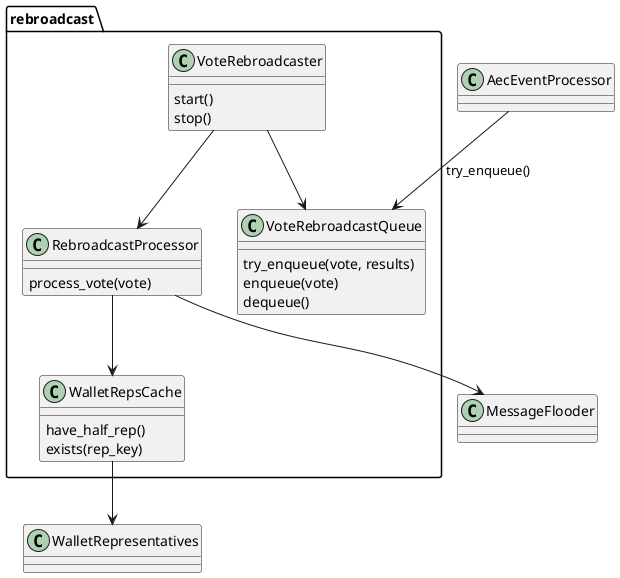
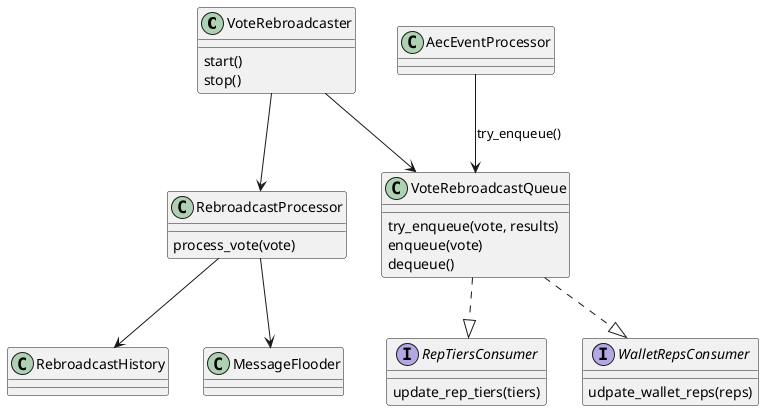
@startuml Vote Rebroadcast
- package "rebroadcast" {
- 	class VoteRebroadcaster {
- 		start()
- 		stop()
- 	}

- 	class VoteRebroadcastQueue {
- 		try_enqueue(vote, results)
- 		enqueue(vote)
- 		dequeue()
- 	}
- 
- 	class RebroadcastProcessor {
- 		process_vote(vote)
- 	}
- 
- 	class WalletRepsCache{
- 		have_half_rep()
- 		exists(rep_key)
- 	}
+ class VoteRebroadcaster {
+ 	start()
+ 	stop()
}

- class WalletRepresentatives
+ class VoteRebroadcastQueue {
+ 	try_enqueue(vote, results)
+ 	enqueue(vote)
+ 	dequeue()
+ }
+ 
+ class RebroadcastProcessor {
+ 	process_vote(vote)
+ }
+ 
+ class RebroadcastHistory
+ 
+ 
class AecEventProcessor

+ interface RepTiersConsumer {
+ 	update_rep_tiers(tiers)
+ }
+ 
+ interface WalletRepsConsumer {
+ 	udpate_wallet_reps(reps)
+ }
+ 
+ VoteRebroadcastQueue ..|> RepTiersConsumer
+ VoteRebroadcastQueue ..|> WalletRepsConsumer
VoteRebroadcaster --> VoteRebroadcastQueue
VoteRebroadcaster --> RebroadcastProcessor
RebroadcastProcessor --> MessageFlooder
- RebroadcastProcessor --> WalletRepsCache
- WalletRepsCache --> WalletRepresentatives
+ RebroadcastProcessor --> RebroadcastHistory
AecEventProcessor --> VoteRebroadcastQueue: try_enqueue()
+ 
@enduml
